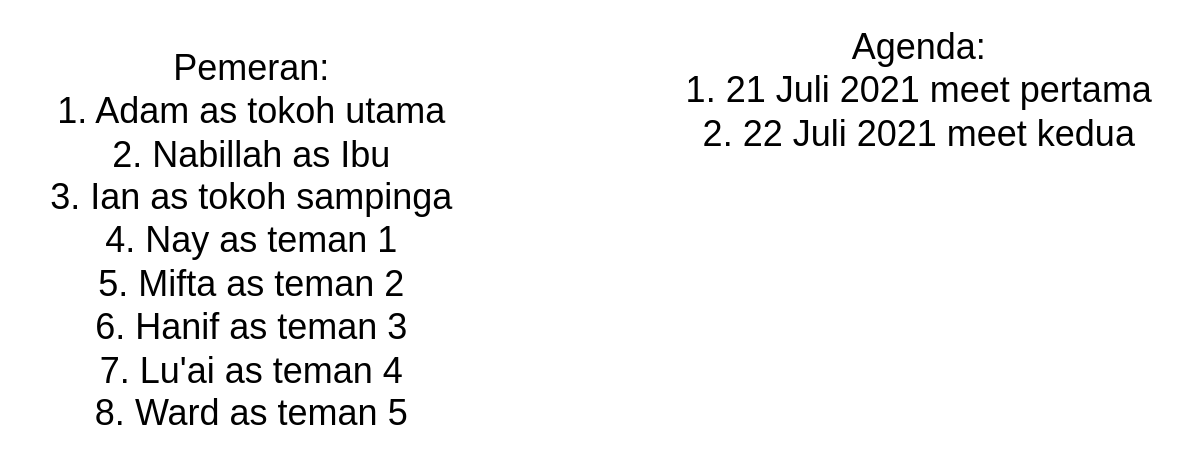
The draw.io diagram page "Pemeran & Anggota" (3 of 3) of Storyboard Project.drawio in birthdaygracia24/AllAboutDrawIO, before the edit. Source tidied: cells renumbered, new cells numbered last; positions are measured from the earlier drawing's top-left corner, leaving out a move shared by most shapes. Both pictures are drawn from the tidied source at 150%, with x=0, y=0 at pixel (40, 45).
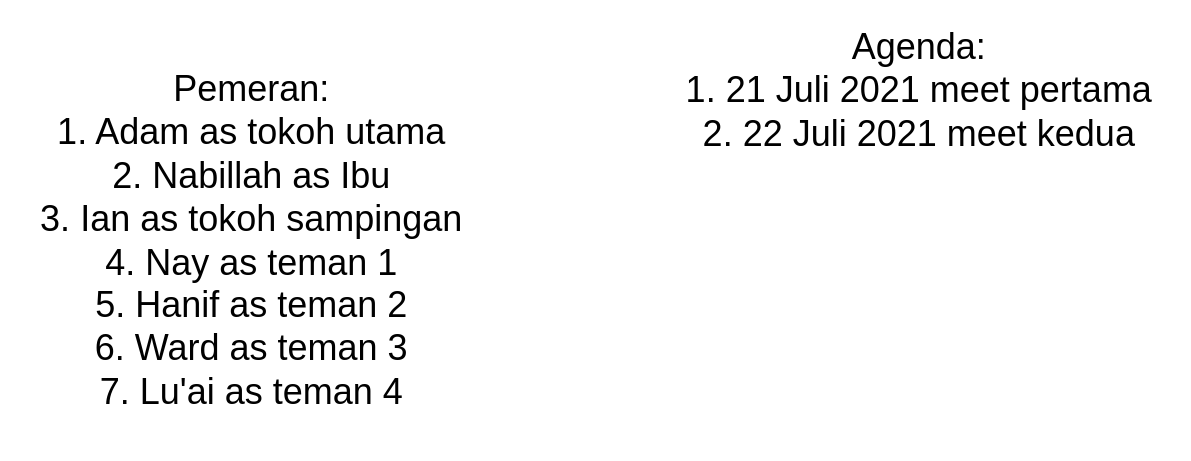
The same page after the edit.

Change to the diagram source:
```diff
@@
 <mxGraphModel>
   <root>
     <mxCell id="0" />
     <mxCell id="1" parent="0" />
-    <mxCell id="2" value="&lt;font style=&quot;font-size: 24px&quot;&gt;Pemeran:&lt;br&gt;1. Adam as tokoh utama&lt;br&gt;2. Nabillah as Ibu&lt;br&gt;3. Ian as tokoh sampinga&lt;br&gt;4. Nay as&amp;nbsp;teman 1&lt;br&gt;5. Mifta as teman 2&lt;br&gt;6. Hanif as teman 3&lt;br&gt;7. Lu'ai as teman 4&lt;br&gt;8. Ward as teman 5&lt;br&gt;&lt;/font&gt;" style="text;html=1;align=center;verticalAlign=middle;fillColor=none;strokeColor=none;rounded=0;" parent="1" vertex="1">
-      <mxGeometry y="50" width="280" height="160" as="geometry" />
+    <mxCell id="2" value="&lt;font style=&quot;font-size: 24px&quot;&gt;Pemeran:&lt;br&gt;1. Adam as tokoh utama&lt;br&gt;2. Nabillah as Ibu&lt;br&gt;3. Ian as tokoh sampingan&lt;br&gt;4. Nay as&amp;nbsp;teman 1&lt;br&gt;5. Hanif as teman 2&lt;br&gt;6. Ward as teman 3&lt;br&gt;7. Lu'ai as teman 4&lt;br&gt;&lt;/font&gt;" style="text;html=1;align=center;verticalAlign=middle;fillColor=none;strokeColor=none;rounded=0;" parent="1" vertex="1">
+      <mxGeometry x="-10" y="55" width="300" height="150" as="geometry" />
     </mxCell>
     <mxCell id="3" value="&lt;font style=&quot;font-size: 24px&quot;&gt;Agenda:&lt;br&gt;1. 21 Juli 2021 meet pertama&lt;br&gt;2. 22 Juli 2021 meet kedua&lt;br&gt;&lt;/font&gt;" style="text;html=1;align=center;verticalAlign=middle;fillColor=none;strokeColor=none;rounded=0;" parent="1" vertex="1">
       <mxGeometry x="420" width="330" height="60" as="geometry" />
     </mxCell>
   </root>
 </mxGraphModel>
```
